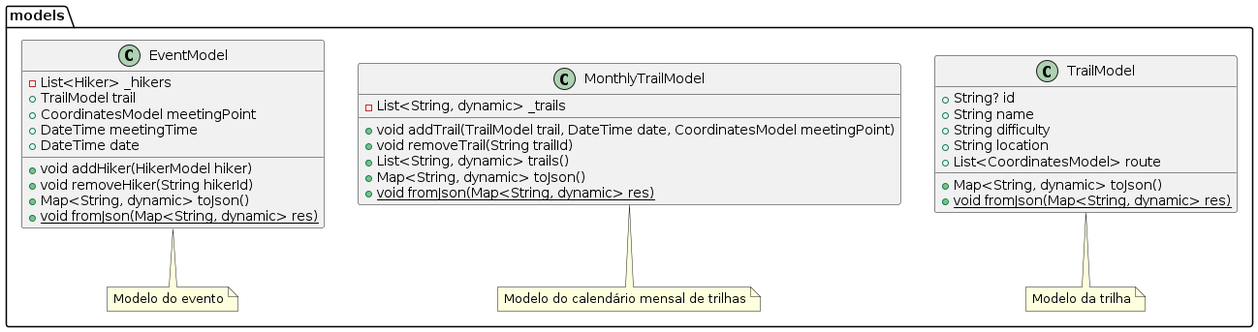
Before: docs/diagrams/out/pe_na_pedra_class_diagram_2.png, a diagram exported from PlantUML (tiagors09/pe_na_pedra). Source of this version:
```plantuml
@startuml pe_na_pedra_class_diagram_2

package models {
  note "Modelo da trilha" as N3
  note "Modelo do calendário mensal de trilhas" as N4
  note "Modelo do evento" as N5

  class TrailModel {
    + String? id
    + String name
    + String difficulty
    + String location
    + List<CoordinatesModel> route
    + Map<String, dynamic> toJson()
    + {static} void fromJson(Map<String, dynamic> res)
  }

  class MonthlyTrailModel {
    - List<String, dynamic> _trails
    + void addTrail(TrailModel trail, DateTime date, CoordinatesModel meetingPoint)
    + void removeTrail(String trailId)
    + List<String, dynamic> trails()
    + Map<String, dynamic> toJson()
    + {static} void fromJson(Map<String, dynamic> res)
  }

  class EventModel {
    - List<Hiker> _hikers
    + TrailModel trail
    + CoordinatesModel meetingPoint
    + DateTime meetingTime
    + DateTime date
    + void addHiker(HikerModel hiker)
    + void removeHiker(String hikerId)
    + Map<String, dynamic> toJson()
    + {static} void fromJson(Map<String, dynamic> res)
  }

  TrailModel .. N3
  MonthlyTrailModel .. N4
  EventModel .. N5
}
@enduml
```
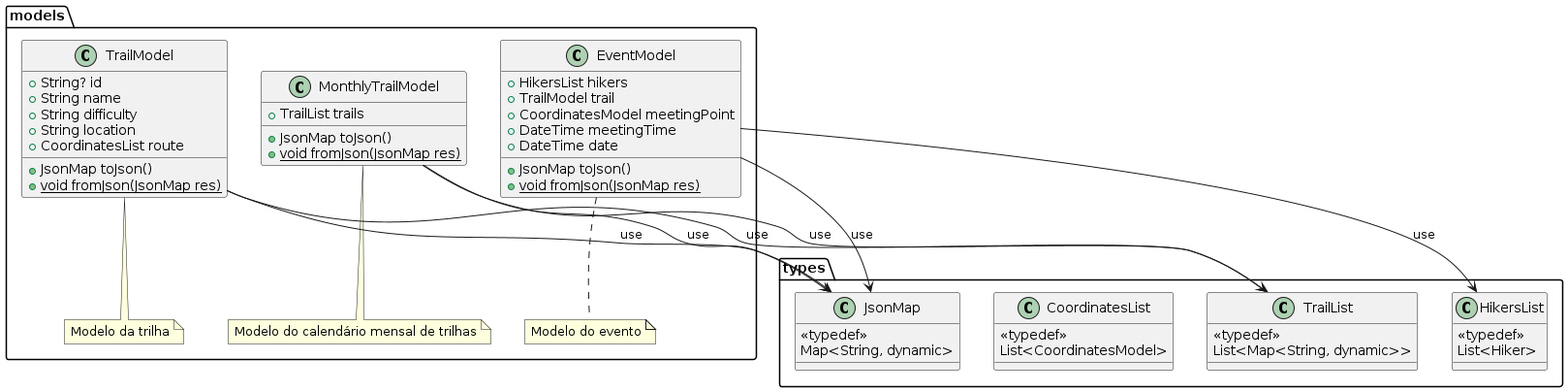
After the change.

Commit message:
docs: :memo: export class diagram 2

Diff of the diagram source:
```diff
@@ -1,4 +1,25 @@
 @startuml pe_na_pedra_class_diagram_2
+package types {
+  class JsonMap {
+    <<typedef>>
+    Map<String, dynamic>
+  }
+
+  class TrailList {
+    <<typedef>>
+    List<Map<String, dynamic>>
+  }
+
+  class CoordinatesList {
+    <<typedef>>
+    List<CoordinatesModel>
+  }
+
+  class HikersList {
+    <<typedef>>
+    List<Hiker>
+  }
+}
 
 package models {
   note "Modelo da trilha" as N3
@@ -10,34 +31,39 @@
     + String name
     + String difficulty
     + String location
-    + List<CoordinatesModel> route
-    + Map<String, dynamic> toJson()
-    + {static} void fromJson(Map<String, dynamic> res)
+    + CoordinatesList route
+    + JsonMap toJson()
+    + {static} void fromJson(JsonMap res)
   }
 
   class MonthlyTrailModel {
-    - List<String, dynamic> _trails
-    + void addTrail(TrailModel trail, DateTime date, CoordinatesModel meetingPoint)
-    + void removeTrail(String trailId)
-    + List<String, dynamic> trails()
-    + Map<String, dynamic> toJson()
-    + {static} void fromJson(Map<String, dynamic> res)
+    + TrailList trails
+    + JsonMap toJson()
+    + {static} void fromJson(JsonMap res)
   }
 
   class EventModel {
-    - List<Hiker> _hikers
+    + HikersList hikers
     + TrailModel trail
     + CoordinatesModel meetingPoint
     + DateTime meetingTime
     + DateTime date
-    + void addHiker(HikerModel hiker)
-    + void removeHiker(String hikerId)
-    + Map<String, dynamic> toJson()
-    + {static} void fromJson(Map<String, dynamic> res)
+    + JsonMap toJson()
+    + {static} void fromJson(JsonMap res)
   }
 
   TrailModel .. N3
   MonthlyTrailModel .. N4
   EventModel .. N5
+
+  EventModel --> JsonMap : use
+  MonthlyTrailModel --> JsonMap : use
+  TrailModel --> JsonMap : use
+
+  MonthlyTrailModel --> TrailList : use
+
+  TrailModel --> TrailList : use
+
+  EventModel --> HikersList : use
 }
 @enduml
```
